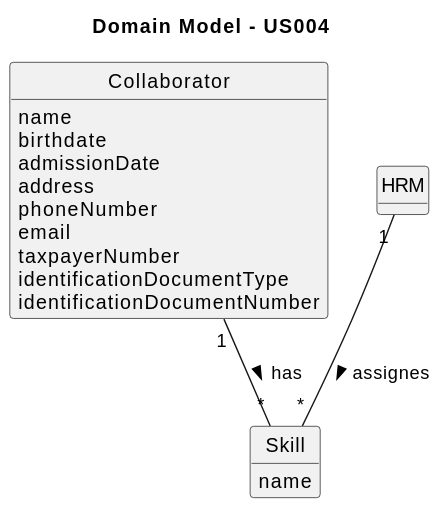
Before: docs/sprintB/us004/02.analysis/svg/us004-domain-model.svg, a diagram exported from PlantUML (Departamento-de-Engenharia-Informatica/lei-24-s2-1dm-g132). The source it was exported from:
```plantuml
@startuml
skinparam monochrome true
skinparam packageStyle rectangle
skinparam shadowing false


skinparam classAttributeIconSize 0

hide circle
hide methods

title Domain Model - US004

class Collaborator {
    name
    birthdate
    admissionDate
    address
    phoneNumber
    email
    taxpayerNumber
    identificationDocumentType
    identificationDocumentNumber
}

class Skill {
    name
}

class HRM {
}


Collaborator "1" -- "*" Skill : has >
HRM "1" -- "*" Skill : assignes >
@enduml
```
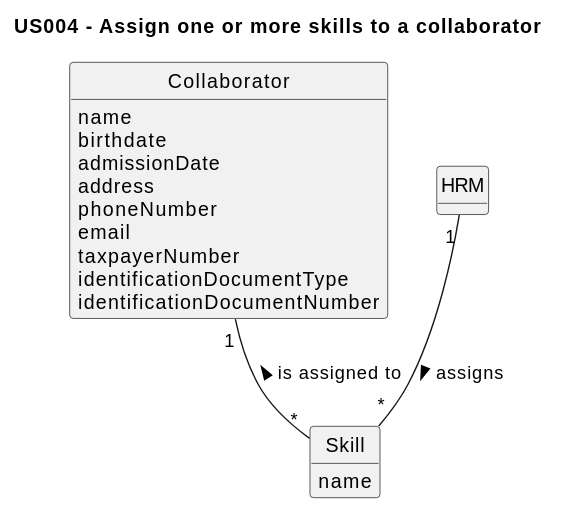
The same file after the commit.

Commit message:
US04 domain model update: changed verbs

Change to the diagram source:
```diff
@@ -9,7 +9,7 @@
 hide circle
 hide methods
 
-title Domain Model - US004
+title US004 - Assign one or more skills to a collaborator
 
 class Collaborator {
     name
@@ -31,6 +31,6 @@
 }
 
 
-Collaborator "1" -- "*" Skill : has >
-HRM "1" -- "*" Skill : assignes >
+Collaborator "1" -- "*" Skill : is assigned to <
+HRM "1" -- "*" Skill : assigns >
 @enduml
```
